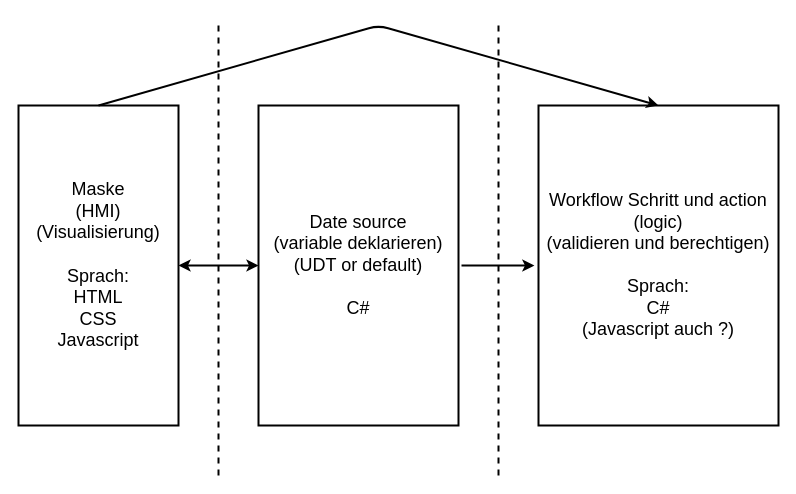
Earlier version of the draw.io diagram CMS.drawio (masteryijian/Hallo-World-). Source tidied: cells renumbered, new cells numbered last; positions are measured from the earlier drawing's top-left corner, leaving out a move shared by most shapes. Both pictures are drawn from the tidied source at 100%, with x=0, y=0 at pixel (18, 25).
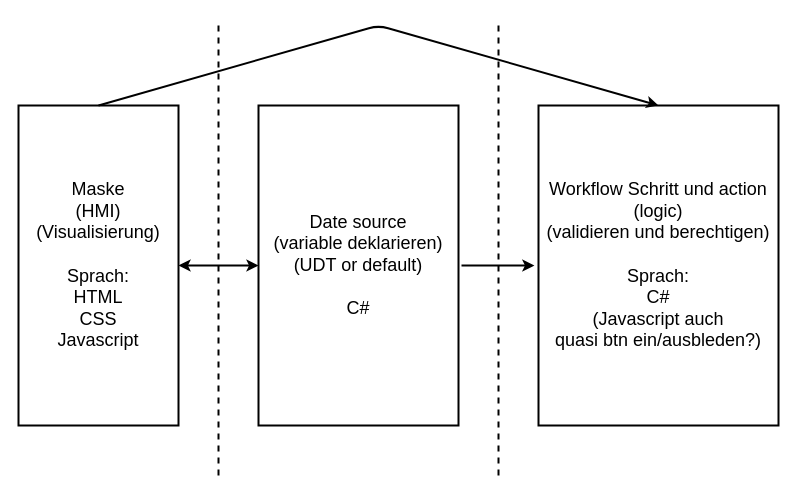
Above is the later version.

What changed in the source:
```diff
@@
 <mxGraphModel>
   <root>
     <mxCell id="0" />
     <mxCell id="1" parent="0" />
     <mxCell id="2" value="Maske&lt;br style=&quot;font-size: 18px&quot;&gt;(HMI)&lt;br style=&quot;font-size: 18px&quot;&gt;(Visualisierung)&lt;br style=&quot;font-size: 18px&quot;&gt;&lt;br style=&quot;font-size: 18px&quot;&gt;Sprach:&lt;br style=&quot;font-size: 18px&quot;&gt;HTML&lt;br style=&quot;font-size: 18px&quot;&gt;CSS&lt;br style=&quot;font-size: 18px&quot;&gt;Javascript" style="rounded=0;whiteSpace=wrap;html=1;strokeWidth=2;fontSize=18;" parent="1" vertex="1">
       <mxGeometry y="80" width="160" height="320" as="geometry" />
     </mxCell>
     <mxCell id="3" value="Date source&lt;br style=&quot;font-size: 18px;&quot;&gt;(variable deklarieren)&lt;br style=&quot;font-size: 18px;&quot;&gt;(UDT or default)&lt;br style=&quot;font-size: 18px;&quot;&gt;&lt;br style=&quot;font-size: 18px;&quot;&gt;C#" style="rounded=0;whiteSpace=wrap;html=1;strokeWidth=2;fontSize=18;" parent="1" vertex="1">
       <mxGeometry x="240" y="80" width="200" height="320" as="geometry" />
     </mxCell>
-    <mxCell id="4" value="Workflow Schritt und action&lt;br style=&quot;font-size: 18px;&quot;&gt;(logic)&lt;br style=&quot;font-size: 18px;&quot;&gt;(validieren und berechtigen)&lt;br style=&quot;font-size: 18px;&quot;&gt;&lt;br style=&quot;font-size: 18px;&quot;&gt;Sprach:&lt;br style=&quot;font-size: 18px;&quot;&gt;C#&lt;br style=&quot;font-size: 18px;&quot;&gt;(Javascript auch ?)" style="rounded=0;whiteSpace=wrap;html=1;strokeWidth=2;fontSize=18;" parent="1" vertex="1">
+    <mxCell id="4" value="Workflow Schritt und action&lt;br style=&quot;font-size: 18px&quot;&gt;(logic)&lt;br style=&quot;font-size: 18px&quot;&gt;(validieren und berechtigen)&lt;br style=&quot;font-size: 18px&quot;&gt;&lt;br style=&quot;font-size: 18px&quot;&gt;Sprach:&lt;br style=&quot;font-size: 18px&quot;&gt;C#&lt;br style=&quot;font-size: 18px&quot;&gt;(Javascript auch &lt;br&gt;quasi btn ein/ausbleden?)" style="rounded=0;whiteSpace=wrap;html=1;strokeWidth=2;fontSize=18;" parent="1" vertex="1">
       <mxGeometry x="520" y="80" width="240" height="320" as="geometry" />
     </mxCell>
     <mxCell id="5" style="endArrow=none;dashed=1;html=1;strokeWidth=2;fontSize=18;" parent="1" edge="1">
       <mxGeometry relative="1" as="geometry">
         <mxPoint x="200" y="450" as="sourcePoint" />
         <mxPoint x="200" as="targetPoint" />
       </mxGeometry>
     </mxCell>
     <mxCell id="6" style="endArrow=none;dashed=1;html=1;strokeWidth=2;fontSize=18;" parent="1" edge="1">
       <mxGeometry relative="1" as="geometry">
         <mxPoint x="480" y="450" as="sourcePoint" />
         <mxPoint x="480" as="targetPoint" />
       </mxGeometry>
     </mxCell>
     <mxCell id="7" style="endArrow=classic;startArrow=classic;html=1;entryX=0;entryY=0.5;entryDx=0;entryDy=0;exitX=1;exitY=0.5;exitDx=0;exitDy=0;strokeWidth=2;fontSize=18;" parent="1" edge="1" source="2" target="3">
       <mxGeometry relative="1" as="geometry" />
     </mxCell>
     <mxCell id="8" style="endArrow=classic;html=1;exitX=0.5;exitY=0;exitDx=0;exitDy=0;entryX=0.5;entryY=0;entryDx=0;entryDy=0;strokeWidth=2;fontSize=18;" parent="1" edge="1" source="2" target="4">
       <mxGeometry relative="1" as="geometry">
         <Array as="points">
           <mxPoint x="360" />
         </Array>
       </mxGeometry>
     </mxCell>
     <mxCell id="9" style="endArrow=classic;html=1;entryX=-0.017;entryY=0.472;entryDx=0;entryDy=0;entryPerimeter=0;strokeWidth=2;fontSize=18;" parent="1" edge="1">
       <mxGeometry relative="1" as="geometry">
         <mxPoint x="443" y="240" as="sourcePoint" />
         <mxPoint x="515.9" y="240" as="targetPoint" />
       </mxGeometry>
     </mxCell>
   </root>
 </mxGraphModel>
```
